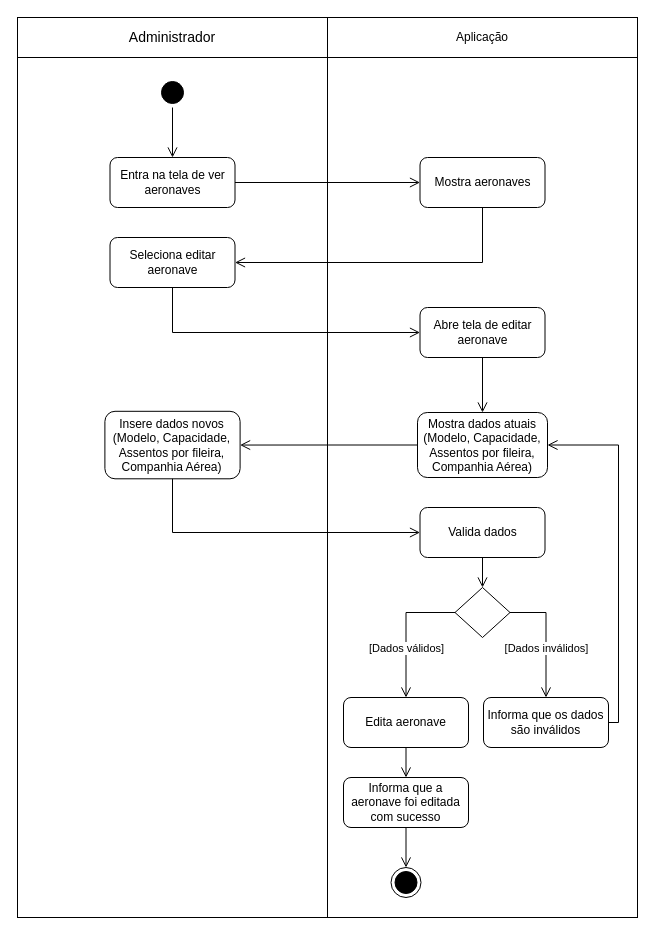
This is Diagramas/Eng_de_Software/Modelos/Atividade/Update_Aeronave.drawio from GabrielGMori/trabalho-conclus-o-ano, a draw.io file, before an edit. Source tidied: cells renumbered, new cells numbered last; positions are measured from the earlier drawing's top-left corner, leaving out a move shared by most shapes. Both pictures are drawn from the tidied source at 100%, with x=0, y=0 at pixel (17, 17).
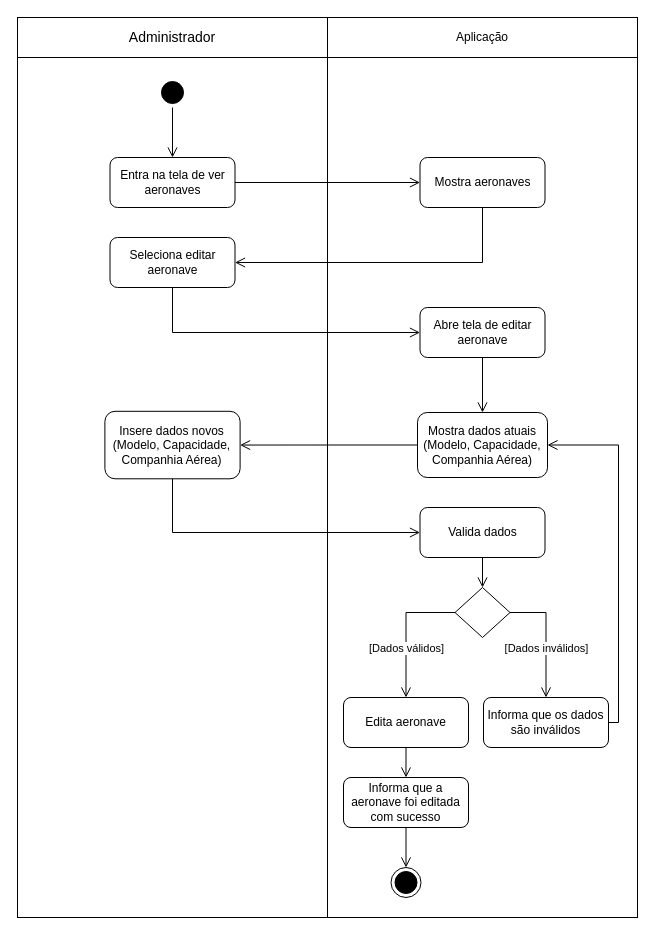
The same diagram, later.

Diff of the diagram source:
```diff
@@
-    <mxCell id="9" value="Mostra dados atuais (Modelo, Capacidade, Assentos por fileira, Companhia Aérea)" style="rounded=1;whiteSpace=wrap;html=1;" parent="1" vertex="1">
+    <mxCell id="9" value="Mostra dados atuais (Modelo, Capacidade, Companhia Aérea)" style="rounded=1;whiteSpace=wrap;html=1;" parent="1" vertex="1">
       <mxGeometry x="400" y="395" width="130" height="65" as="geometry" />
     </mxCell>
-    <mxCell id="10" value="Insere dados novos (Modelo, Capacidade, Assentos por fileira, Companhia Aérea)" style="rounded=1;whiteSpace=wrap;html=1;" parent="1" vertex="1">
+    <mxCell id="10" value="Insere dados novos (Modelo, Capacidade, Companhia Aérea)" style="rounded=1;whiteSpace=wrap;html=1;" parent="1" vertex="1">
       <mxGeometry x="87.4" y="393.8" width="135.2" height="67.5" as="geometry" />
     </mxCell>
```
